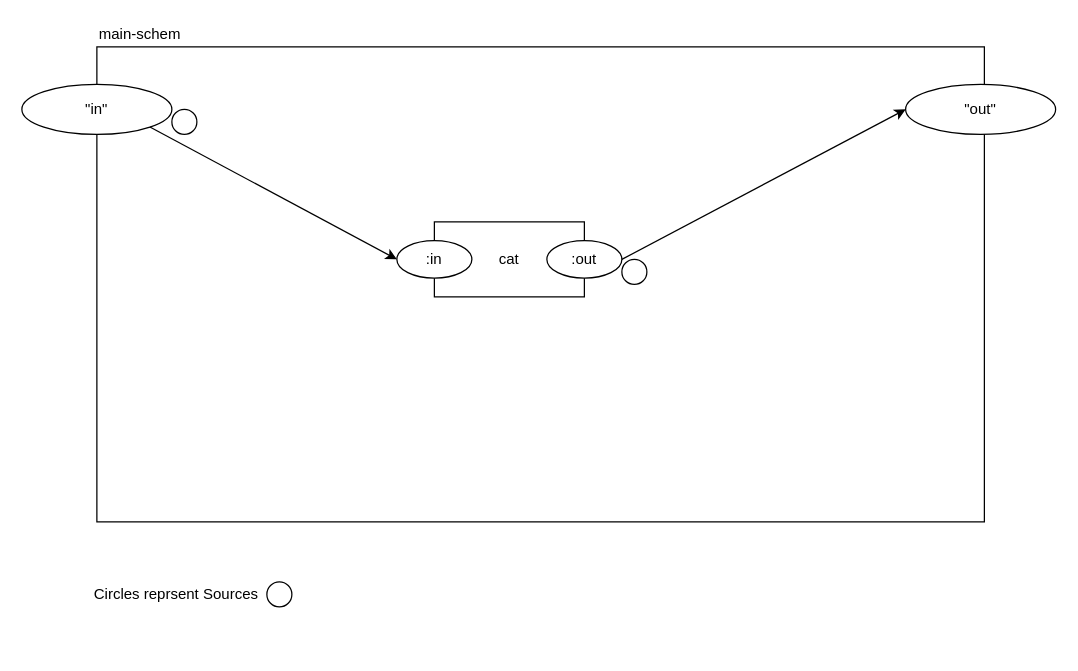
Above: build_process/cl-build/cat-pipeline.drawio in bmfbp/bmfbp (draw.io), before the change. Source tidied: cells renumbered, new cells numbered last; positions are measured from the earlier drawing's top-left corner, leaving out a move shared by most shapes. Both pictures are drawn from the tidied source at 125%, with x=0, y=0 at pixel (21, 21).
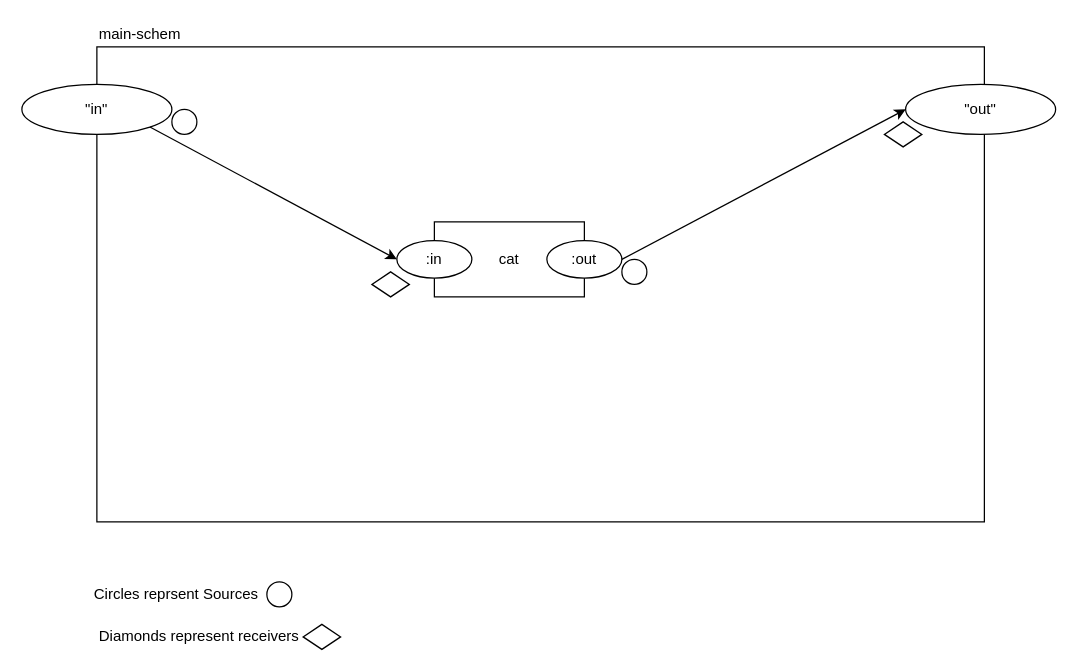
The same page after the edit.

What changed in the source:
```diff
@@
 <mxGraphModel>
   <root>
     <mxCell id="0" />
     <mxCell id="1" parent="0" />
     <mxCell id="2" style="rounded=0;whiteSpace=wrap;html=1;" parent="1" vertex="1">
       <mxGeometry x="60" y="20" width="710" height="380" as="geometry" />
     </mxCell>
     <mxCell id="3" value="&quot;in&quot;" style="ellipse;whiteSpace=wrap;html=1;" parent="1" vertex="1">
       <mxGeometry y="50" width="120" height="40" as="geometry" />
     </mxCell>
     <mxCell id="4" value="&quot;out&quot;" style="ellipse;whiteSpace=wrap;html=1;" parent="1" vertex="1">
       <mxGeometry x="707" y="50" width="120" height="40" as="geometry" />
     </mxCell>
     <mxCell id="5" value="main-schem" style="text;html=1;align=left;verticalAlign=top;spacingTop=-4;" parent="1" vertex="1">
       <mxGeometry x="60" width="80" height="20" as="geometry" />
     </mxCell>
     <mxCell id="6" style="ellipse;whiteSpace=wrap;html=1;" parent="1" vertex="1">
       <mxGeometry x="120" y="70" width="20" height="20" as="geometry" />
     </mxCell>
     <mxCell id="7" style="ellipse;whiteSpace=wrap;html=1;" parent="1" vertex="1">
       <mxGeometry x="196" y="448" width="20" height="20" as="geometry" />
     </mxCell>
     <mxCell id="8" value="Circles reprsent Sources" style="text;html=1;align=left;verticalAlign=top;spacingTop=-4;" parent="1" vertex="1">
       <mxGeometry x="56" y="448" width="150" height="20" as="geometry" />
     </mxCell>
     <mxCell id="9" value="cat" style="rounded=0;whiteSpace=wrap;html=1;" parent="1" vertex="1">
       <mxGeometry x="330" y="160" width="120" height="60" as="geometry" />
     </mxCell>
     <mxCell id="10" value=":in" style="ellipse;whiteSpace=wrap;html=1;" parent="1" vertex="1">
       <mxGeometry x="300" y="175" width="60" height="30" as="geometry" />
     </mxCell>
     <mxCell id="11" value=":out" style="ellipse;whiteSpace=wrap;html=1;" parent="1" vertex="1">
       <mxGeometry x="420" y="175" width="60" height="30" as="geometry" />
     </mxCell>
     <mxCell id="12" style="endArrow=classic;html=1;entryX=0;entryY=0.5;entryDx=0;entryDy=0;exitX=1;exitY=1;exitDx=0;exitDy=0;" parent="1" edge="1" source="3" target="10">
       <mxGeometry relative="1" as="geometry" />
     </mxCell>
     <mxCell id="13" style="ellipse;whiteSpace=wrap;html=1;" parent="1" vertex="1">
       <mxGeometry x="480" y="190" width="20" height="20" as="geometry" />
     </mxCell>
     <mxCell id="14" style="endArrow=classic;html=1;entryX=0;entryY=0.5;entryDx=0;entryDy=0;exitX=1;exitY=0.5;exitDx=0;exitDy=0;" parent="1" edge="1" source="11" target="4">
       <mxGeometry relative="1" as="geometry" />
     </mxCell>
+    <mxCell id="15" style="rhombus;whiteSpace=wrap;html=1;" parent="1" vertex="1">
+      <mxGeometry x="225" y="482" width="30" height="20" as="geometry" />
+    </mxCell>
+    <mxCell id="16" value="Diamonds represent receivers" style="text;html=1;align=left;verticalAlign=top;spacingTop=-4;" parent="1" vertex="1">
+      <mxGeometry x="60" y="482" width="180" height="20" as="geometry" />
+    </mxCell>
+    <mxCell id="17" style="rhombus;whiteSpace=wrap;html=1;" parent="1" vertex="1">
+      <mxGeometry x="280" y="200" width="30" height="20" as="geometry" />
+    </mxCell>
+    <mxCell id="18" style="rhombus;whiteSpace=wrap;html=1;" parent="1" vertex="1">
+      <mxGeometry x="690" y="80" width="30" height="20" as="geometry" />
+    </mxCell>
   </root>
 </mxGraphModel>
```
